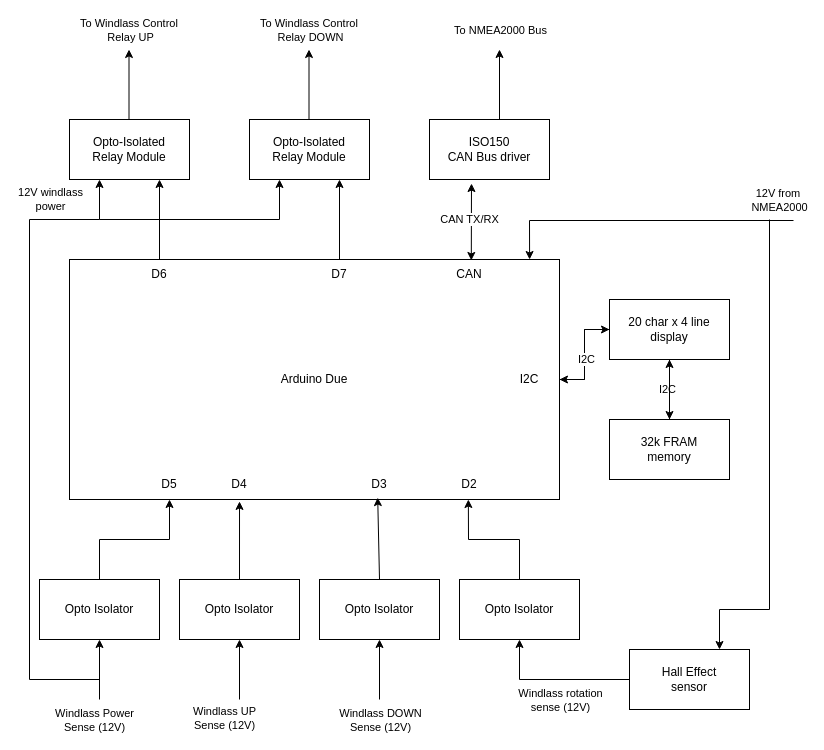
The draw.io diagram Windlass Controller.drawio in JohnStov/N2K-Chain-Counter, before the edit. Source tidied: cells renumbered, new cells numbered last; positions are measured from the earlier drawing's top-left corner, leaving out a move shared by most shapes. Both pictures are drawn from the tidied source at 100%, with x=0, y=0 at pixel (29, 49).
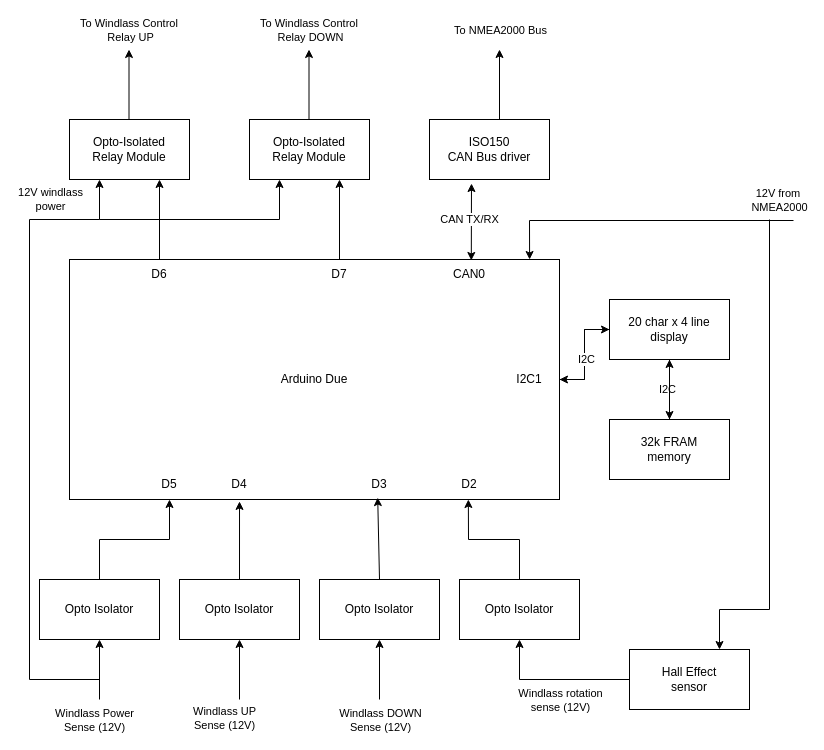
Above is the later version.

The edit, as a diff of the source:
```diff
@@
-    <mxCell id="53" value="CAN" style="text;html=1;align=center;verticalAlign=middle;whiteSpace=wrap;rounded=0;" parent="1" vertex="1">
+    <mxCell id="53" value="CAN0" style="text;html=1;align=center;verticalAlign=middle;whiteSpace=wrap;rounded=0;" parent="1" vertex="1">
       <mxGeometry x="410" y="210" width="60" height="30" as="geometry" />
     </mxCell>
-    <mxCell id="54" value="&lt;div&gt;I2C&lt;/div&gt;" style="text;html=1;align=center;verticalAlign=middle;whiteSpace=wrap;rounded=0;" parent="1" vertex="1">
+    <mxCell id="54" value="&lt;div&gt;I2C1&lt;/div&gt;" style="text;html=1;align=center;verticalAlign=middle;whiteSpace=wrap;rounded=0;" parent="1" vertex="1">
       <mxGeometry x="470" y="315" width="60" height="30" as="geometry" />
     </mxCell>
```
